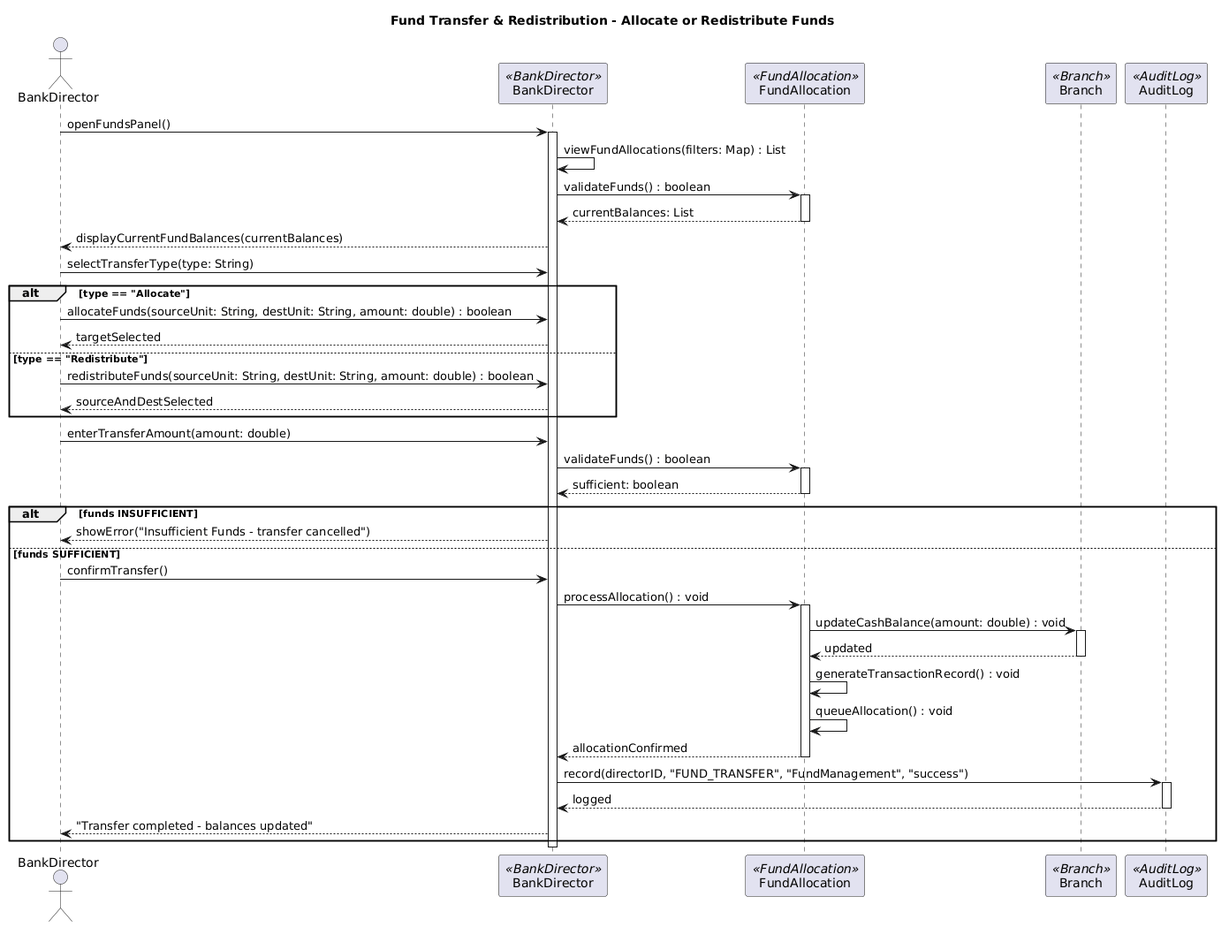
Earlier version of the PlantUML export Diagrams/Sequence Diagrams/BS_FM_02.png (erindkotobelli12/BankManagementSystem). Source of this version:
```plantuml
@startuml
title Fund Transfer & Redistribution - Allocate or Redistribute Funds

actor "BankDirector" as Dir
participant "BankDirector" as DC <<BankDirector>>
participant "FundAllocation" as FA <<FundAllocation>>
participant "Branch" as B <<Branch>>
participant "AuditLog" as AL <<AuditLog>>

Dir -> DC : openFundsPanel()
activate DC
DC -> DC : viewFundAllocations(filters: Map) : List
DC -> FA : validateFunds() : boolean
activate FA
FA --> DC : currentBalances: List
deactivate FA
DC --> Dir : displayCurrentFundBalances(currentBalances)

Dir -> DC : selectTransferType(type: String)

alt type == "Allocate"
    Dir -> DC : allocateFunds(sourceUnit: String, destUnit: String, amount: double) : boolean
    DC --> Dir : targetSelected

else type == "Redistribute"
    Dir -> DC : redistributeFunds(sourceUnit: String, destUnit: String, amount: double) : boolean
    DC --> Dir : sourceAndDestSelected
end

Dir -> DC : enterTransferAmount(amount: double)
DC -> FA : validateFunds() : boolean
activate FA
FA --> DC : sufficient: boolean
deactivate FA

alt funds INSUFFICIENT
    DC --> Dir : showError("Insufficient Funds - transfer cancelled")

else funds SUFFICIENT
    Dir -> DC : confirmTransfer()
    DC -> FA : processAllocation() : void
    activate FA
    FA -> B : updateCashBalance(amount: double) : void
    activate B
    B --> FA : updated
    deactivate B
    FA -> FA : generateTransactionRecord() : void
    FA -> FA : queueAllocation() : void
    FA --> DC : allocationConfirmed
    deactivate FA
    DC -> AL : record(directorID, "FUND_TRANSFER", "FundManagement", "success")
    activate AL
    AL --> DC : logged
    deactivate AL
    DC --> Dir : "Transfer completed - balances updated"
end

deactivate DC
@enduml
```
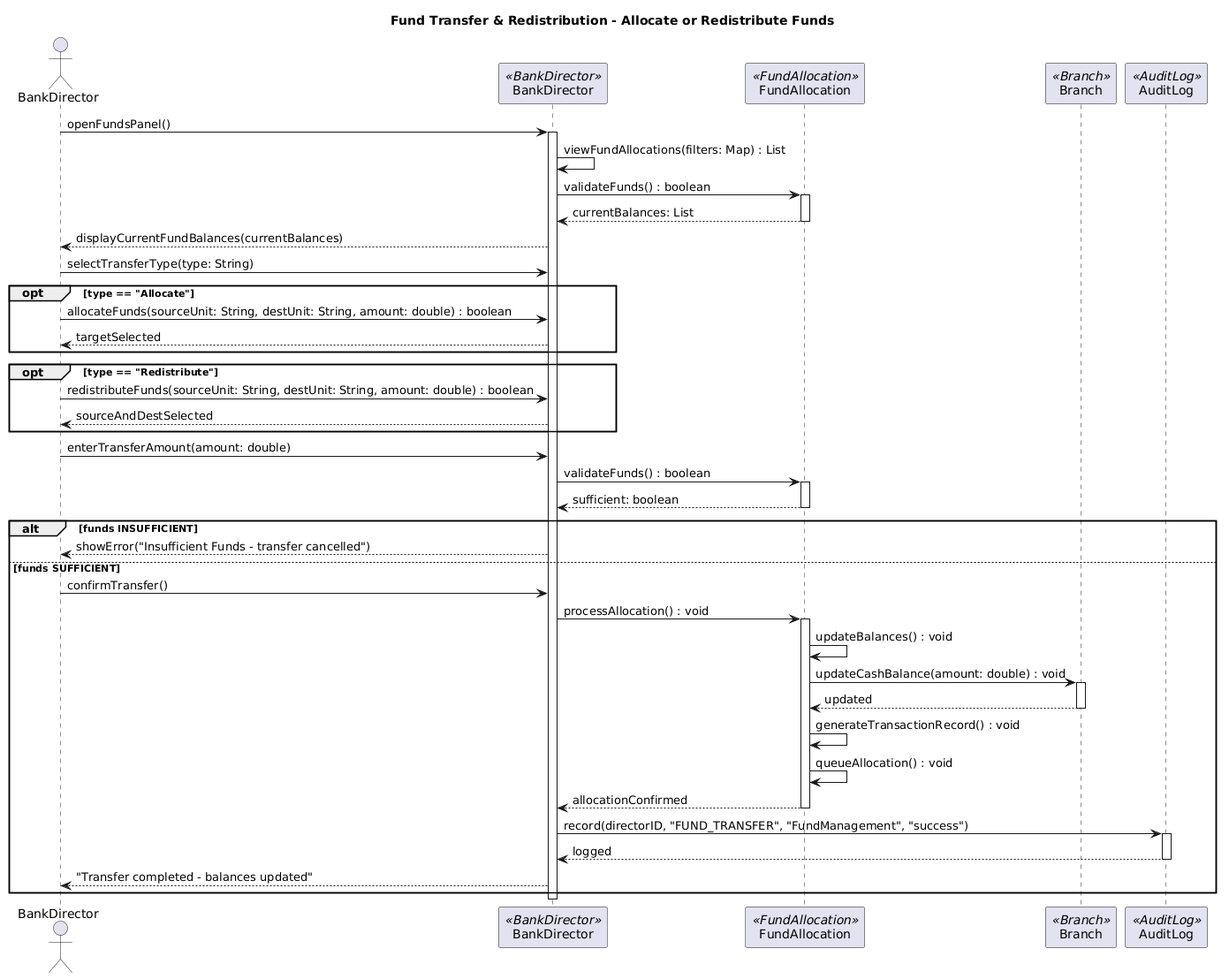
After the commit.

Change to the diagram source:
```diff
@@ -9,25 +9,29 @@
 
 Dir -> DC : openFundsPanel()
 activate DC
+
 DC -> DC : viewFundAllocations(filters: Map) : List
 DC -> FA : validateFunds() : boolean
 activate FA
 FA --> DC : currentBalances: List
 deactivate FA
+
 DC --> Dir : displayCurrentFundBalances(currentBalances)
 
 Dir -> DC : selectTransferType(type: String)
 
-alt type == "Allocate"
+opt type == "Allocate"
     Dir -> DC : allocateFunds(sourceUnit: String, destUnit: String, amount: double) : boolean
     DC --> Dir : targetSelected
+end
 
-else type == "Redistribute"
+opt type == "Redistribute"
     Dir -> DC : redistributeFunds(sourceUnit: String, destUnit: String, amount: double) : boolean
     DC --> Dir : sourceAndDestSelected
 end
 
 Dir -> DC : enterTransferAmount(amount: double)
+
 DC -> FA : validateFunds() : boolean
 activate FA
 FA --> DC : sufficient: boolean
@@ -38,20 +42,28 @@
 
 else funds SUFFICIENT
     Dir -> DC : confirmTransfer()
+
     DC -> FA : processAllocation() : void
     activate FA
+
+    FA -> FA : updateBalances() : void
+
     FA -> B : updateCashBalance(amount: double) : void
     activate B
     B --> FA : updated
     deactivate B
+
     FA -> FA : generateTransactionRecord() : void
     FA -> FA : queueAllocation() : void
+
     FA --> DC : allocationConfirmed
     deactivate FA
+
     DC -> AL : record(directorID, "FUND_TRANSFER", "FundManagement", "success")
     activate AL
     AL --> DC : logged
     deactivate AL
+
     DC --> Dir : "Transfer completed - balances updated"
 end
 
```
